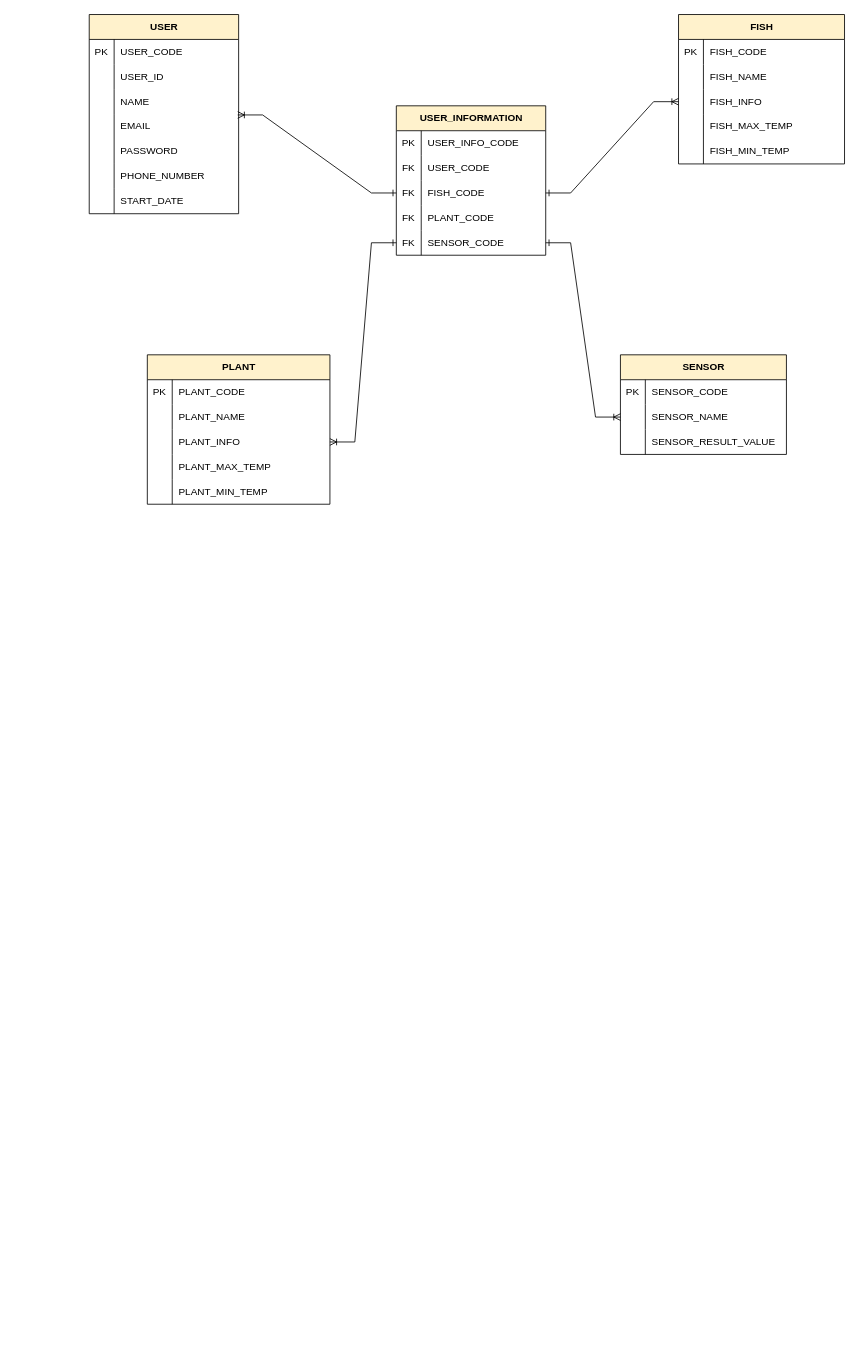
Earlier version of the draw.io diagram 제목 없는 다이어그램.drawio (hayarobyjy/JY_Code). Source tidied: cells renumbered, new cells numbered last; positions are measured from the earlier drawing's top-left corner, leaving out a move shared by most shapes. Both pictures are drawn from the tidied source at 83%, with x=0, y=0 at pixel (89, 14).
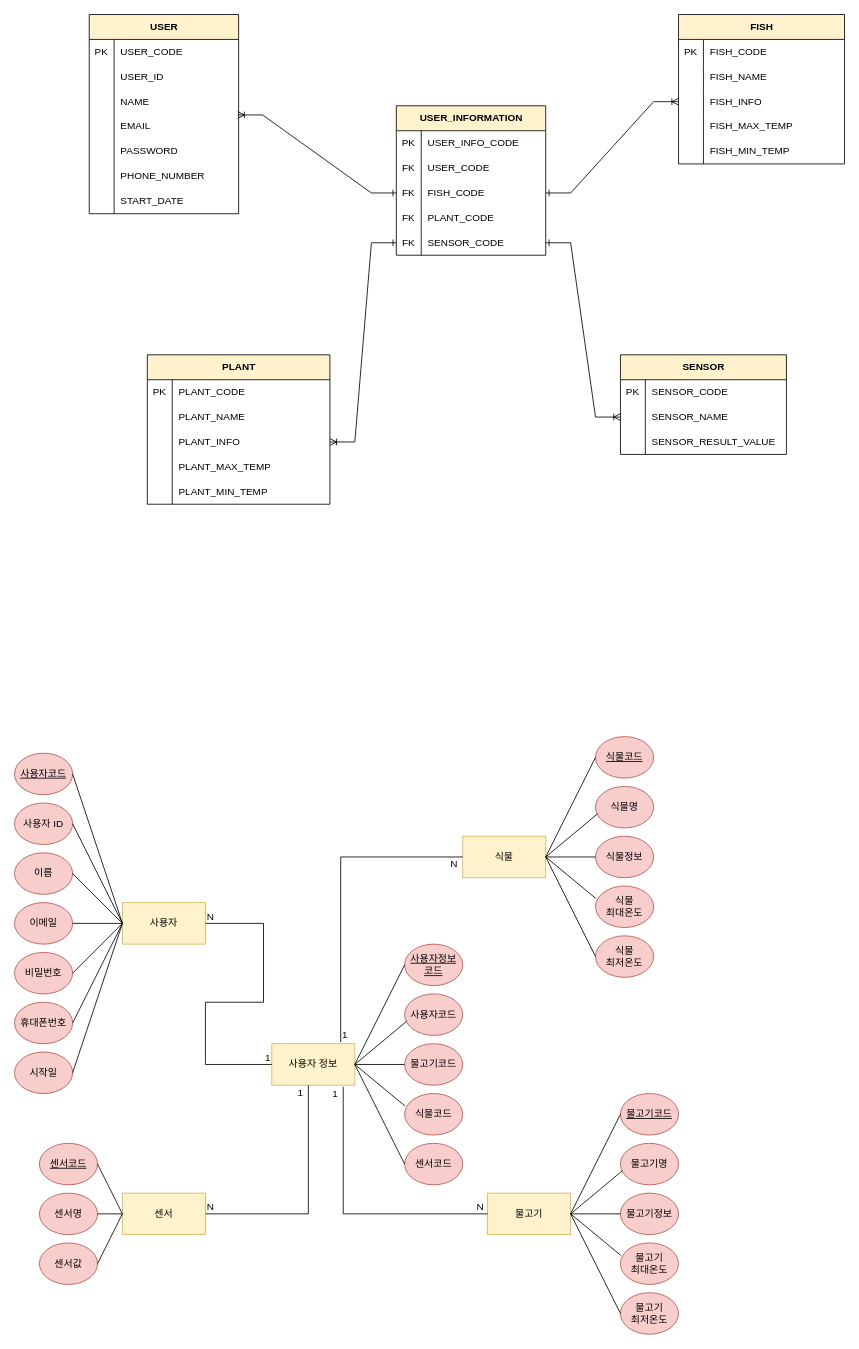
After the change.

Commit message (it also covers changes not shown here):
제목 없는 다이어그램.drawio 업데이트

Change to the diagram source:
```diff
@@
+    <mxCell id="86" style="group;" parent="1" vertex="1">
+      <mxGeometry x="-90" y="890" width="230" height="410" as="geometry" />
+    </mxCell>
+    <mxCell id="87" value="사용자" style="rounded=0;whiteSpace=wrap;html=1;fillColor=#fff2cc;strokeColor=#d6b656;" parent="86" vertex="1">
+      <mxGeometry x="130" y="180" width="100" height="50" as="geometry" />
+    </mxCell>
+    <mxCell id="88" value="사용자 ID" style="ellipse;whiteSpace=wrap;html=1;flipV=1;flipH=1;fillColor=#f8cecc;strokeColor=#b85450;" parent="86" vertex="1">
+      <mxGeometry y="60" width="70" height="50" as="geometry" />
+    </mxCell>
+    <mxCell id="89" value="이름" style="ellipse;whiteSpace=wrap;html=1;flipV=1;flipH=1;fillColor=#f8cecc;strokeColor=#b85450;" parent="86" vertex="1">
+      <mxGeometry y="120" width="70" height="50" as="geometry" />
+    </mxCell>
+    <mxCell id="90" value="&lt;u&gt;사용자코드&lt;/u&gt;" style="ellipse;whiteSpace=wrap;html=1;flipV=1;flipH=1;fillColor=#f8cecc;strokeColor=#b85450;" parent="86" vertex="1">
+      <mxGeometry width="70" height="50" as="geometry" />
+    </mxCell>
+    <mxCell id="91" value="이메일" style="ellipse;whiteSpace=wrap;html=1;flipV=1;flipH=1;fillColor=#f8cecc;strokeColor=#b85450;" parent="86" vertex="1">
+      <mxGeometry y="180" width="70" height="50" as="geometry" />
+    </mxCell>
+    <mxCell id="92" value="비밀번호" style="ellipse;whiteSpace=wrap;html=1;flipV=1;flipH=1;fillColor=#f8cecc;strokeColor=#b85450;" parent="86" vertex="1">
+      <mxGeometry y="240" width="70" height="50" as="geometry" />
+    </mxCell>
+    <mxCell id="93" value="휴대폰번호" style="ellipse;whiteSpace=wrap;html=1;flipV=1;flipH=1;fillColor=#f8cecc;strokeColor=#b85450;" parent="86" vertex="1">
+      <mxGeometry y="300" width="70" height="50" as="geometry" />
+    </mxCell>
+    <mxCell id="94" value="시작일" style="ellipse;whiteSpace=wrap;html=1;flipV=1;flipH=1;fillColor=#f8cecc;strokeColor=#b85450;" parent="86" vertex="1">
+      <mxGeometry y="360" width="70" height="50" as="geometry" />
+    </mxCell>
+    <mxCell id="95" style="endArrow=none;html=1;rounded=0;exitX=1;exitY=0.5;exitDx=0;exitDy=0;entryX=0;entryY=0.5;entryDx=0;entryDy=0;" parent="86" edge="1" source="90" target="87">
+      <mxGeometry relative="1" as="geometry" />
+    </mxCell>
+    <mxCell id="96" style="endArrow=none;html=1;rounded=0;exitX=1;exitY=0.5;exitDx=0;exitDy=0;entryX=0;entryY=0.5;entryDx=0;entryDy=0;" parent="86" edge="1" source="88" target="87">
+      <mxGeometry relative="1" as="geometry" />
+    </mxCell>
+    <mxCell id="97" style="endArrow=none;html=1;rounded=0;exitX=1;exitY=0.5;exitDx=0;exitDy=0;entryX=0;entryY=0.5;entryDx=0;entryDy=0;" parent="86" edge="1" source="89" target="87">
+      <mxGeometry relative="1" as="geometry" />
+    </mxCell>
+    <mxCell id="98" style="endArrow=none;html=1;rounded=0;exitX=0;exitY=0.5;exitDx=0;exitDy=0;entryX=1;entryY=0.5;entryDx=0;entryDy=0;" parent="86" edge="1" source="87" target="91">
+      <mxGeometry relative="1" as="geometry" />
+    </mxCell>
+    <mxCell id="99" style="endArrow=none;html=1;rounded=0;entryX=1;entryY=0.5;entryDx=0;entryDy=0;exitX=0;exitY=0.5;exitDx=0;exitDy=0;" parent="86" edge="1" source="87" target="92">
+      <mxGeometry relative="1" as="geometry" />
+    </mxCell>
+    <mxCell id="100" style="endArrow=none;html=1;rounded=0;entryX=1;entryY=0.5;entryDx=0;entryDy=0;exitX=0;exitY=0.5;exitDx=0;exitDy=0;" parent="86" edge="1" source="87" target="94">
+      <mxGeometry relative="1" as="geometry" />
+    </mxCell>
+    <mxCell id="101" style="endArrow=none;html=1;rounded=0;entryX=1;entryY=0.5;entryDx=0;entryDy=0;exitX=0;exitY=0.5;exitDx=0;exitDy=0;" parent="86" edge="1" source="87" target="93">
+      <mxGeometry relative="1" as="geometry" />
+    </mxCell>
+    <mxCell id="102" style="group;" parent="1" vertex="1">
+      <mxGeometry x="450" y="870" width="230" height="290" as="geometry" />
+    </mxCell>
+    <mxCell id="103" value="식물" style="rounded=0;whiteSpace=wrap;html=1;fillColor=#fff2cc;strokeColor=#d6b656;" parent="102" vertex="1">
+      <mxGeometry y="120" width="100" height="50" as="geometry" />
+    </mxCell>
+    <mxCell id="104" style="edgeStyle=orthogonalEdgeStyle;rounded=0;jettySize=auto;html=1;exitX=1;exitY=0.5;exitDx=0;exitDy=0;" parent="102" edge="1" source="105">
+      <mxGeometry relative="1" as="geometry">
+        <mxPoint x="230" y="85" as="targetPoint" />
+      </mxGeometry>
+    </mxCell>
+    <mxCell id="105" value="식물명" style="ellipse;whiteSpace=wrap;html=1;flipV=1;flipH=1;fillColor=#f8cecc;strokeColor=#b85450;" parent="102" vertex="1">
+      <mxGeometry x="160" y="60" width="70" height="50" as="geometry" />
+    </mxCell>
+    <mxCell id="106" value="식물정보" style="ellipse;whiteSpace=wrap;html=1;flipV=1;flipH=1;fillColor=#f8cecc;strokeColor=#b85450;" parent="102" vertex="1">
+      <mxGeometry x="160" y="120" width="70" height="50" as="geometry" />
+    </mxCell>
+    <mxCell id="107" value="&lt;u&gt;식물코드&lt;/u&gt;" style="ellipse;whiteSpace=wrap;html=1;flipV=1;flipH=1;fillColor=#f8cecc;strokeColor=#b85450;" parent="102" vertex="1">
+      <mxGeometry x="160" width="70" height="50" as="geometry" />
+    </mxCell>
+    <mxCell id="108" value="식물&lt;br&gt;최대온도" style="ellipse;whiteSpace=wrap;html=1;flipV=1;flipH=1;fillColor=#f8cecc;strokeColor=#b85450;" parent="102" vertex="1">
+      <mxGeometry x="160" y="180" width="70" height="50" as="geometry" />
+    </mxCell>
+    <mxCell id="109" value="식물&lt;br&gt;최저온도" style="ellipse;whiteSpace=wrap;html=1;flipV=1;flipH=1;fillColor=#f8cecc;strokeColor=#b85450;" parent="102" vertex="1">
+      <mxGeometry x="160" y="240" width="70" height="50" as="geometry" />
+    </mxCell>
+    <mxCell id="110" style="endArrow=none;html=1;rounded=0;exitX=0;exitY=0.5;exitDx=0;exitDy=0;entryX=1;entryY=0.5;entryDx=0;entryDy=0;" parent="102" edge="1" source="107" target="103">
+      <mxGeometry relative="1" as="geometry" />
+    </mxCell>
+    <mxCell id="111" style="endArrow=none;html=1;rounded=0;exitX=0.965;exitY=0.34;exitDx=0;exitDy=0;entryX=1;entryY=0.5;entryDx=0;entryDy=0;exitPerimeter=0;" parent="102" edge="1" source="105" target="103">
+      <mxGeometry relative="1" as="geometry" />
+    </mxCell>
+    <mxCell id="112" style="endArrow=none;html=1;rounded=0;exitX=0;exitY=0.5;exitDx=0;exitDy=0;entryX=1;entryY=0.5;entryDx=0;entryDy=0;" parent="102" edge="1" source="106" target="103">
+      <mxGeometry relative="1" as="geometry" />
+    </mxCell>
+    <mxCell id="113" style="endArrow=none;html=1;rounded=0;exitX=1;exitY=0.5;exitDx=0;exitDy=0;entryX=0.994;entryY=0.7;entryDx=0;entryDy=0;entryPerimeter=0;" parent="102" edge="1" source="103" target="108">
+      <mxGeometry relative="1" as="geometry" />
+    </mxCell>
+    <mxCell id="114" style="endArrow=none;html=1;rounded=0;entryX=0;entryY=0.5;entryDx=0;entryDy=0;exitX=1;exitY=0.5;exitDx=0;exitDy=0;" parent="102" edge="1" source="103" target="109">
+      <mxGeometry relative="1" as="geometry" />
+    </mxCell>
+    <mxCell id="115" style="group;" parent="1" vertex="1">
+      <mxGeometry x="480" y="1300" width="230" height="290" as="geometry" />
+    </mxCell>
+    <mxCell id="116" value="물고기" style="rounded=0;whiteSpace=wrap;html=1;fillColor=#fff2cc;strokeColor=#d6b656;" parent="115" vertex="1">
+      <mxGeometry y="120" width="100" height="50" as="geometry" />
+    </mxCell>
+    <mxCell id="117" style="edgeStyle=orthogonalEdgeStyle;rounded=0;jettySize=auto;html=1;exitX=1;exitY=0.5;exitDx=0;exitDy=0;" parent="115" edge="1" source="118">
+      <mxGeometry relative="1" as="geometry">
+        <mxPoint x="230" y="85" as="targetPoint" />
+      </mxGeometry>
+    </mxCell>
+    <mxCell id="118" value="물고기명" style="ellipse;whiteSpace=wrap;html=1;flipV=1;flipH=1;fillColor=#f8cecc;strokeColor=#b85450;" parent="115" vertex="1">
+      <mxGeometry x="160" y="60" width="70" height="50" as="geometry" />
+    </mxCell>
+    <mxCell id="119" value="물고기정보" style="ellipse;whiteSpace=wrap;html=1;flipV=1;flipH=1;fillColor=#f8cecc;strokeColor=#b85450;" parent="115" vertex="1">
+      <mxGeometry x="160" y="120" width="70" height="50" as="geometry" />
+    </mxCell>
+    <mxCell id="120" value="&lt;u&gt;물고기코드&lt;/u&gt;" style="ellipse;whiteSpace=wrap;html=1;flipV=1;flipH=1;fillColor=#f8cecc;strokeColor=#b85450;" parent="115" vertex="1">
+      <mxGeometry x="160" width="70" height="50" as="geometry" />
+    </mxCell>
+    <mxCell id="121" value="물고기&lt;br&gt;최대온도" style="ellipse;whiteSpace=wrap;html=1;flipV=1;flipH=1;fillColor=#f8cecc;strokeColor=#b85450;" parent="115" vertex="1">
+      <mxGeometry x="160" y="180" width="70" height="50" as="geometry" />
+    </mxCell>
+    <mxCell id="122" value="물고기&lt;br&gt;최저온도" style="ellipse;whiteSpace=wrap;html=1;flipV=1;flipH=1;fillColor=#f8cecc;strokeColor=#b85450;" parent="115" vertex="1">
+      <mxGeometry x="160" y="240" width="70" height="50" as="geometry" />
+    </mxCell>
+    <mxCell id="123" style="endArrow=none;html=1;rounded=0;exitX=0;exitY=0.5;exitDx=0;exitDy=0;entryX=1;entryY=0.5;entryDx=0;entryDy=0;" parent="115" edge="1" source="120" target="116">
+      <mxGeometry relative="1" as="geometry" />
+    </mxCell>
+    <mxCell id="124" style="endArrow=none;html=1;rounded=0;exitX=0.965;exitY=0.34;exitDx=0;exitDy=0;entryX=1;entryY=0.5;entryDx=0;entryDy=0;exitPerimeter=0;" parent="115" edge="1" source="118" target="116">
+      <mxGeometry relative="1" as="geometry" />
+    </mxCell>
+    <mxCell id="125" style="endArrow=none;html=1;rounded=0;exitX=0;exitY=0.5;exitDx=0;exitDy=0;entryX=1;entryY=0.5;entryDx=0;entryDy=0;" parent="115" edge="1" source="119" target="116">
+      <mxGeometry relative="1" as="geometry" />
+    </mxCell>
+    <mxCell id="126" style="endArrow=none;html=1;rounded=0;exitX=1;exitY=0.5;exitDx=0;exitDy=0;entryX=0.994;entryY=0.7;entryDx=0;entryDy=0;entryPerimeter=0;" parent="115" edge="1" source="116" target="121">
+      <mxGeometry relative="1" as="geometry" />
+    </mxCell>
+    <mxCell id="127" style="endArrow=none;html=1;rounded=0;entryX=0;entryY=0.5;entryDx=0;entryDy=0;exitX=1;exitY=0.5;exitDx=0;exitDy=0;" parent="115" edge="1" source="116" target="122">
+      <mxGeometry relative="1" as="geometry" />
+    </mxCell>
+    <mxCell id="128" value="사용자 정보" style="rounded=0;whiteSpace=wrap;html=1;fillColor=#fff2cc;strokeColor=#d6b656;" parent="1" vertex="1">
+      <mxGeometry x="220" y="1240" width="100" height="50" as="geometry" />
+    </mxCell>
+    <mxCell id="129" style="group;" parent="1" vertex="1">
+      <mxGeometry x="-60" y="1360" width="200" height="170" as="geometry" />
+    </mxCell>
+    <mxCell id="130" value="센서" style="rounded=0;whiteSpace=wrap;html=1;fillColor=#fff2cc;strokeColor=#d6b656;" parent="129" vertex="1">
+      <mxGeometry x="100" y="60" width="100" height="50" as="geometry" />
+    </mxCell>
+    <mxCell id="131" value="센서명" style="ellipse;whiteSpace=wrap;html=1;flipV=1;flipH=1;fillColor=#f8cecc;strokeColor=#b85450;" parent="129" vertex="1">
+      <mxGeometry y="60" width="70" height="50" as="geometry" />
+    </mxCell>
+    <mxCell id="132" value="센서값" style="ellipse;whiteSpace=wrap;html=1;flipV=1;flipH=1;fillColor=#f8cecc;strokeColor=#b85450;" parent="129" vertex="1">
+      <mxGeometry y="120" width="70" height="50" as="geometry" />
+    </mxCell>
+    <mxCell id="133" value="센서코드" style="ellipse;whiteSpace=wrap;html=1;flipV=1;flipH=1;fontStyle=4;fillColor=#f8cecc;strokeColor=#b85450;" parent="129" vertex="1">
+      <mxGeometry width="70" height="50" as="geometry" />
+    </mxCell>
+    <mxCell id="134" style="endArrow=none;html=1;rounded=0;exitX=1;exitY=0.5;exitDx=0;exitDy=0;entryX=0;entryY=0.5;entryDx=0;entryDy=0;" parent="129" edge="1" source="133" target="130">
+      <mxGeometry relative="1" as="geometry" />
+    </mxCell>
+    <mxCell id="135" style="endArrow=none;html=1;rounded=0;exitX=1;exitY=0.5;exitDx=0;exitDy=0;entryX=0;entryY=0.5;entryDx=0;entryDy=0;" parent="129" edge="1" source="131" target="130">
+      <mxGeometry relative="1" as="geometry" />
+    </mxCell>
+    <mxCell id="136" style="endArrow=none;html=1;rounded=0;exitX=1;exitY=0.5;exitDx=0;exitDy=0;entryX=0;entryY=0.5;entryDx=0;entryDy=0;" parent="129" edge="1" source="132" target="130">
+      <mxGeometry relative="1" as="geometry" />
+    </mxCell>
+    <mxCell id="137" style="endArrow=none;html=1;rounded=0;exitX=1;exitY=0.5;exitDx=0;exitDy=0;entryX=0;entryY=0.5;entryDx=0;entryDy=0;" parent="1" edge="1" source="87" target="128">
+      <mxGeometry relative="1" as="geometry">
+        <Array as="points">
+          <mxPoint x="210" y="1095" />
+          <mxPoint x="210" y="1190" />
+          <mxPoint x="140" y="1190" />
+          <mxPoint x="140" y="1265" />
+        </Array>
+      </mxGeometry>
+    </mxCell>
+    <mxCell id="138" value="N" style="html=1;whiteSpace=wrap;align=left;verticalAlign=bottom;" parent="137" vertex="1">
+      <mxGeometry x="-1" relative="1" as="geometry" />
+    </mxCell>
+    <mxCell id="139" value="1" style="html=1;whiteSpace=wrap;align=right;verticalAlign=bottom;" parent="137" vertex="1">
+      <mxGeometry x="1" relative="1" as="geometry" />
+    </mxCell>
+    <mxCell id="140" style="endArrow=none;html=1;rounded=0;exitX=1;exitY=0.5;exitDx=0;exitDy=0;entryX=0.44;entryY=1;entryDx=0;entryDy=0;entryPerimeter=0;" parent="1" edge="1" source="130" target="128">
+      <mxGeometry relative="1" as="geometry">
+        <Array as="points">
+          <mxPoint x="264" y="1445" />
+        </Array>
+      </mxGeometry>
+    </mxCell>
+    <mxCell id="141" value="N" style="html=1;whiteSpace=wrap;align=left;verticalAlign=bottom;" parent="140" vertex="1">
+      <mxGeometry x="-1" relative="1" as="geometry" />
+    </mxCell>
+    <mxCell id="142" value="1" style="html=1;whiteSpace=wrap;align=right;verticalAlign=bottom;" parent="140" vertex="1">
+      <mxGeometry x="1" relative="1" as="geometry">
+        <mxPoint x="-5" y="17" as="offset" />
+      </mxGeometry>
+    </mxCell>
+    <mxCell id="143" style="endArrow=none;html=1;rounded=0;exitX=0;exitY=0.5;exitDx=0;exitDy=0;entryX=0.86;entryY=1.04;entryDx=0;entryDy=0;entryPerimeter=0;" parent="1" edge="1" source="116" target="128">
+      <mxGeometry relative="1" as="geometry">
+        <Array as="points">
+          <mxPoint x="306" y="1445" />
+        </Array>
+      </mxGeometry>
+    </mxCell>
+    <mxCell id="144" value="N" style="html=1;whiteSpace=wrap;align=left;verticalAlign=bottom;" parent="143" vertex="1">
+      <mxGeometry x="-1" relative="1" as="geometry">
+        <mxPoint x="-15" as="offset" />
+      </mxGeometry>
+    </mxCell>
+    <mxCell id="145" value="1" style="html=1;whiteSpace=wrap;align=right;verticalAlign=bottom;" parent="143" vertex="1">
+      <mxGeometry x="1" relative="1" as="geometry">
+        <mxPoint x="-5" y="17" as="offset" />
+      </mxGeometry>
+    </mxCell>
+    <mxCell id="146" style="endArrow=none;html=1;rounded=0;exitX=0.83;exitY=-0.04;exitDx=0;exitDy=0;entryX=0;entryY=0.5;entryDx=0;entryDy=0;exitPerimeter=0;" parent="1" edge="1" source="128" target="103">
+      <mxGeometry relative="1" as="geometry">
+        <Array as="points">
+          <mxPoint x="303" y="1015" />
+        </Array>
+      </mxGeometry>
+    </mxCell>
+    <mxCell id="147" value="1" style="html=1;whiteSpace=wrap;align=left;verticalAlign=bottom;" parent="146" vertex="1">
+      <mxGeometry x="-1" relative="1" as="geometry" />
+    </mxCell>
+    <mxCell id="148" value="N" style="html=1;whiteSpace=wrap;align=right;verticalAlign=bottom;" parent="146" vertex="1">
+      <mxGeometry x="1" relative="1" as="geometry">
+        <mxPoint x="-5" y="17" as="offset" />
+      </mxGeometry>
+    </mxCell>
+    <mxCell id="149" style="edgeStyle=orthogonalEdgeStyle;rounded=0;jettySize=auto;html=1;exitX=1;exitY=0.5;exitDx=0;exitDy=0;" parent="1" edge="1" source="150">
+      <mxGeometry relative="1" as="geometry">
+        <mxPoint x="450" y="1205" as="targetPoint" />
+      </mxGeometry>
+    </mxCell>
+    <mxCell id="150" value="사용자코드" style="ellipse;whiteSpace=wrap;html=1;flipV=1;flipH=1;fillColor=#f8cecc;strokeColor=#b85450;" parent="1" vertex="1">
+      <mxGeometry x="380" y="1180" width="70" height="50" as="geometry" />
+    </mxCell>
+    <mxCell id="151" value="물고기코드" style="ellipse;whiteSpace=wrap;html=1;flipV=1;flipH=1;fillColor=#f8cecc;strokeColor=#b85450;" parent="1" vertex="1">
+      <mxGeometry x="380" y="1240" width="70" height="50" as="geometry" />
+    </mxCell>
+    <mxCell id="152" value="&lt;u&gt;사용자정보&lt;br&gt;코드&lt;br&gt;&lt;/u&gt;" style="ellipse;whiteSpace=wrap;html=1;flipV=1;flipH=1;fillColor=#f8cecc;strokeColor=#b85450;" parent="1" vertex="1">
+      <mxGeometry x="380" y="1120" width="70" height="50" as="geometry" />
+    </mxCell>
+    <mxCell id="153" value="식물코드" style="ellipse;whiteSpace=wrap;html=1;flipV=1;flipH=1;fillColor=#f8cecc;strokeColor=#b85450;" parent="1" vertex="1">
+      <mxGeometry x="380" y="1300" width="70" height="50" as="geometry" />
+    </mxCell>
+    <mxCell id="154" value="센서코드" style="ellipse;whiteSpace=wrap;html=1;flipV=1;flipH=1;fillColor=#f8cecc;strokeColor=#b85450;" parent="1" vertex="1">
+      <mxGeometry x="380" y="1360" width="70" height="50" as="geometry" />
+    </mxCell>
+    <mxCell id="155" style="endArrow=none;html=1;rounded=0;exitX=0;exitY=0.5;exitDx=0;exitDy=0;entryX=1;entryY=0.5;entryDx=0;entryDy=0;" parent="1" edge="1" source="152">
+      <mxGeometry relative="1" as="geometry">
+        <mxPoint x="320" y="1265" as="targetPoint" />
+      </mxGeometry>
+    </mxCell>
+    <mxCell id="156" style="endArrow=none;html=1;rounded=0;exitX=0.965;exitY=0.34;exitDx=0;exitDy=0;entryX=1;entryY=0.5;entryDx=0;entryDy=0;exitPerimeter=0;" parent="1" edge="1" source="150">
+      <mxGeometry relative="1" as="geometry">
+        <mxPoint x="320" y="1265" as="targetPoint" />
+      </mxGeometry>
+    </mxCell>
+    <mxCell id="157" style="endArrow=none;html=1;rounded=0;exitX=0;exitY=0.5;exitDx=0;exitDy=0;entryX=1;entryY=0.5;entryDx=0;entryDy=0;" parent="1" edge="1" source="151">
+      <mxGeometry relative="1" as="geometry">
+        <mxPoint x="320" y="1265" as="targetPoint" />
+      </mxGeometry>
+    </mxCell>
+    <mxCell id="158" style="endArrow=none;html=1;rounded=0;exitX=1;exitY=0.5;exitDx=0;exitDy=0;entryX=0.994;entryY=0.7;entryDx=0;entryDy=0;entryPerimeter=0;" parent="1" edge="1" target="153">
+      <mxGeometry relative="1" as="geometry">
+        <mxPoint x="320" y="1265" as="sourcePoint" />
+      </mxGeometry>
+    </mxCell>
+    <mxCell id="159" style="endArrow=none;html=1;rounded=0;entryX=0;entryY=0.5;entryDx=0;entryDy=0;exitX=1;exitY=0.5;exitDx=0;exitDy=0;" parent="1" edge="1" target="154">
+      <mxGeometry relative="1" as="geometry">
+        <mxPoint x="320" y="1265" as="sourcePoint" />
+      </mxGeometry>
+    </mxCell>
```
